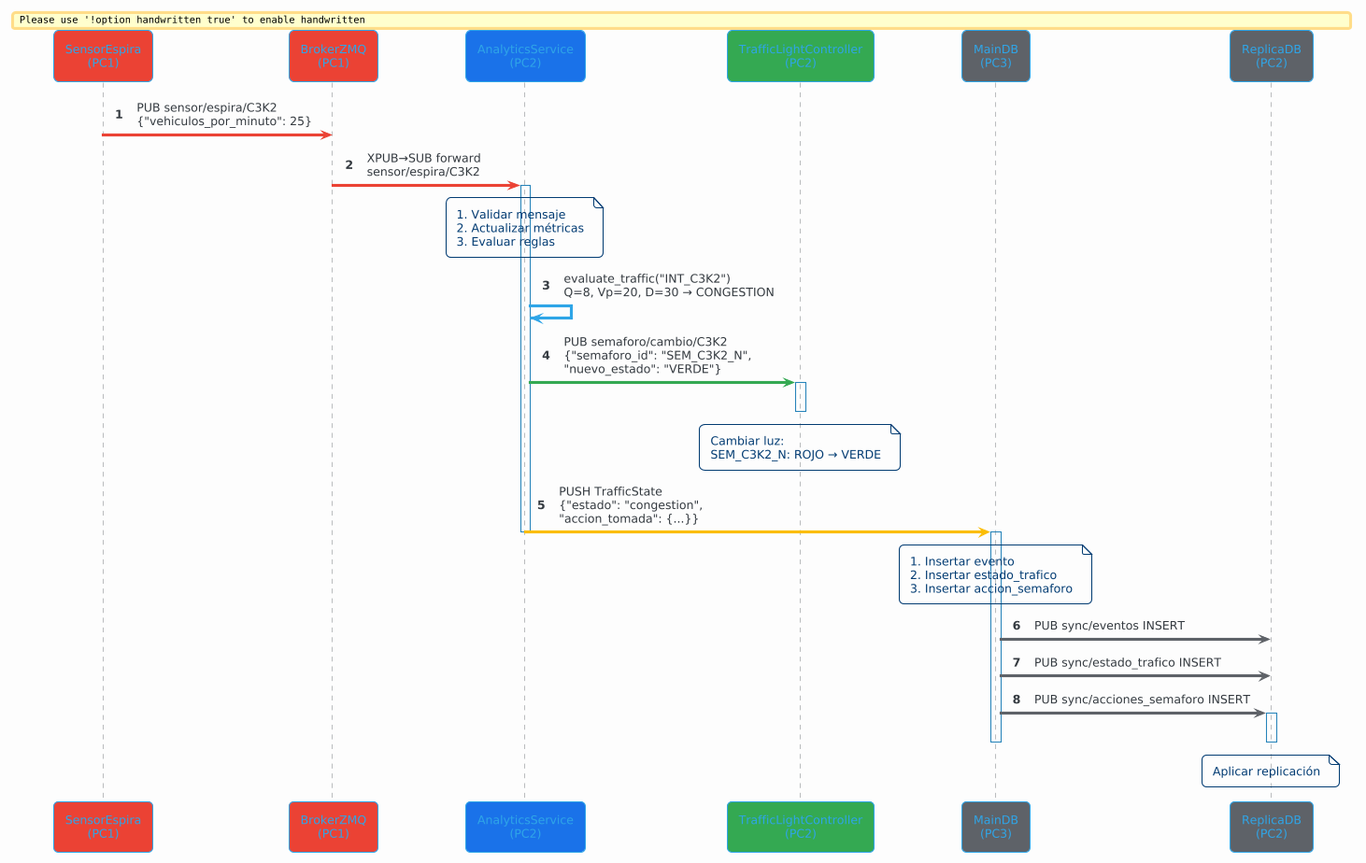
Earlier version of the PlantUML export docs/diagramas_plantUML/diagrama_secuencia.png (juandrodriguezf/Sistema-de-Gestion-de-Trafico-Urbano).
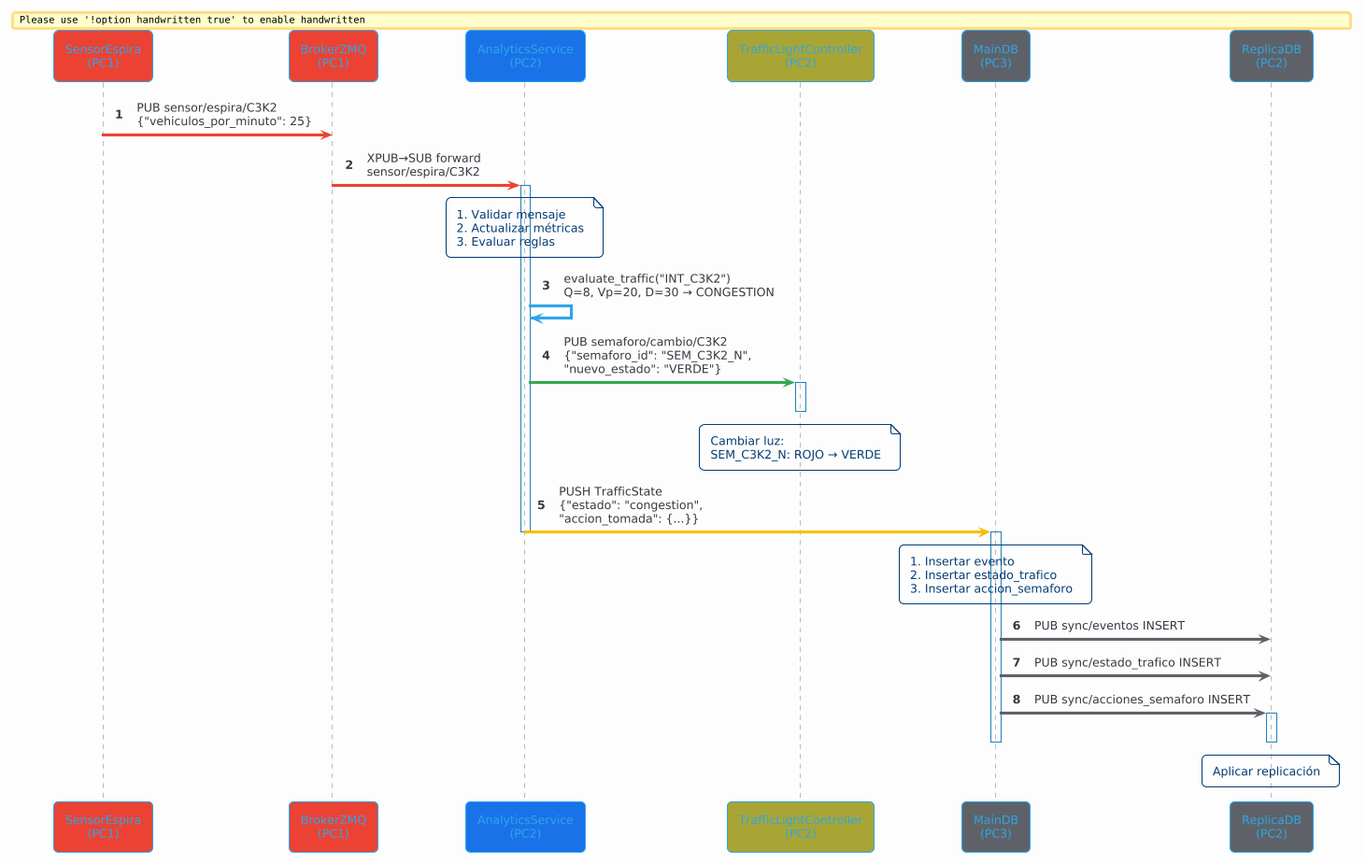
After the change.

Commit message:
docs: actualizar documentacion interna del codigo y diagramas renderizados

The edit, as a diff of the source:
```diff
@@ -8,7 +8,7 @@
 participant "SensorEspira\n(PC1)" as S #EA4335
 participant "BrokerZMQ\n(PC1)" as B #EA4335
 participant "AnalyticsService\n(PC2)" as A #1A73E8
-participant "TrafficLightController\n(PC2)" as T #34A853
+participant "TrafficLightController\n(PC2)" as T #a8a434ff
 participant "MainDB\n(PC3)" as M #5F6368
 participant "ReplicaDB\n(PC2)" as R #5F6368
 
```
